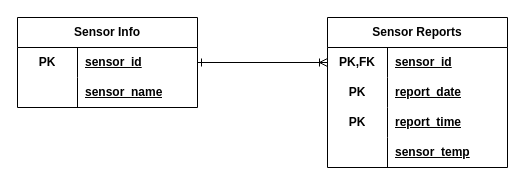
This is Database/Database Diagram.drawio from mccakit/Wireless-Sensor-Management-and-Tracking, a draw.io file, before an edit. Source tidied: cells renumbered, new cells numbered last; positions are measured from the earlier drawing's top-left corner, leaving out a move shared by most shapes. Both pictures are drawn from the tidied source at 100%, with x=0, y=0 at pixel (17, 17).
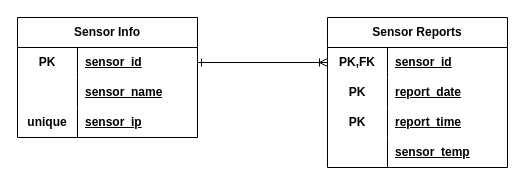
The same diagram, later.

Commit message (it also covers changes not shown here):
Corrected database diagram

Change to the diagram source:
```diff
@@
     <mxCell id="2" value="Sensor Info" style="shape=table;startSize=30;childLayout=tableLayout;rowLines=0;fontStyle=1;align=center;html=1;whiteSpace=wrap;" parent="1" vertex="1">
-      <mxGeometry width="180" height="90" as="geometry" />
+      <mxGeometry width="180" height="120" as="geometry" />
     </mxCell>
@@
+    <mxCell id="23" style="shape=tableRow;horizontal=0;startSize=0;swimlaneHead=0;swimlaneBody=0;fillColor=none;top=0;left=0;right=0;bottom=0;html=1;" parent="2" vertex="1">
+      <mxGeometry y="90" width="180" height="30" as="geometry" />
+    </mxCell>
+    <mxCell id="24" value="unique" style="shape=partialRectangle;fillColor=none;top=0;left=0;bottom=0;right=0;fontStyle=1;overflow=hidden;html=1;whiteSpace=wrap;" parent="23" vertex="1">
+      <mxGeometry width="60" height="30" as="geometry" />
+    </mxCell>
+    <mxCell id="25" value="sensor_ip" style="shape=partialRectangle;fillColor=none;top=0;left=0;bottom=0;right=0;align=left;spacingLeft=6;fontStyle=5;overflow=hidden;html=1;whiteSpace=wrap;" parent="23" vertex="1">
+      <mxGeometry x="60" width="120" height="30" as="geometry" />
+    </mxCell>
```
